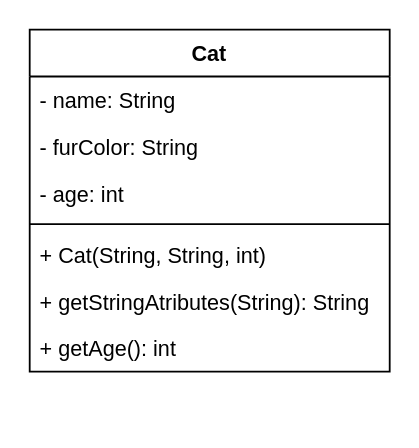
Earlier version of the draw.io diagram page "CopyCat1" (3 of 3) of klassendiagramm.drawio (01-OOP-Bjick/02b_Klassen_Objekte_2). Source tidied: cells renumbered, new cells numbered last; positions are measured from the earlier drawing's top-left corner, leaving out a move shared by most shapes. Both pictures are drawn from the tidied source at 180%, with x=0, y=0 at pixel (29, 29).
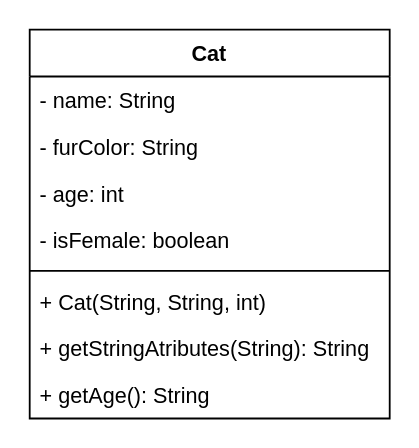
The same page after the edit.

Change to the diagram source:
```diff
@@
 <mxGraphModel>
   <root>
     <mxCell id="0" />
     <mxCell id="1" parent="0" />
     <mxCell id="2" value="Cat" style="swimlane;fontStyle=1;align=center;verticalAlign=top;horizontal=1;startSize=26;" parent="1" vertex="1">
-      <mxGeometry width="200" height="190" as="geometry" />
+      <mxGeometry width="200" height="216" as="geometry" />
     </mxCell>
     <mxCell id="3" value="- name: String" style="text;strokeColor=none;fillColor=none;align=left;verticalAlign=top;spacingLeft=4;spacingRight=4;overflow=hidden;" parent="2" vertex="1">
       <mxGeometry y="26" width="200" height="26" as="geometry" />
     </mxCell>
     <mxCell id="4" value="- furColor: String" style="text;strokeColor=none;fillColor=none;align=left;verticalAlign=top;spacingLeft=4;spacingRight=4;overflow=hidden;" parent="2" vertex="1">
       <mxGeometry y="52" width="200" height="26" as="geometry" />
     </mxCell>
+    <mxCell id="10" value="- age: int" style="text;strokeColor=none;fillColor=none;align=left;verticalAlign=top;spacingLeft=4;spacingRight=4;overflow=hidden;" parent="2" vertex="1">
+      <mxGeometry y="78" width="200" height="26" as="geometry" />
+    </mxCell>
-    <mxCell id="5" value="- age: int" style="text;strokeColor=none;fillColor=none;align=left;verticalAlign=top;spacingLeft=4;spacingRight=4;overflow=hidden;" parent="2" vertex="1">
-      <mxGeometry y="78" width="200" height="26" as="geometry" />
+    <mxCell id="5" value="- isFemale: boolean" style="text;strokeColor=none;fillColor=none;align=left;verticalAlign=top;spacingLeft=4;spacingRight=4;overflow=hidden;" parent="2" vertex="1">
+      <mxGeometry y="104" width="200" height="26" as="geometry" />
     </mxCell>
     <mxCell id="6" style="line;strokeWidth=1;fillColor=none;align=left;verticalAlign=middle;spacingTop=-1;spacingLeft=3;spacingRight=3;labelPosition=right;strokeColor=inherit;" parent="2" vertex="1">
-      <mxGeometry y="104" width="200" height="8" as="geometry" />
+      <mxGeometry y="130" width="200" height="8" as="geometry" />
     </mxCell>
     <mxCell id="7" value="+ Cat(String, String, int)" style="text;strokeColor=none;fillColor=none;align=left;verticalAlign=top;spacingLeft=4;spacingRight=4;overflow=hidden;" parent="2" vertex="1">
-      <mxGeometry y="112" width="200" height="26" as="geometry" />
+      <mxGeometry y="138" width="200" height="26" as="geometry" />
     </mxCell>
     <mxCell id="8" value="+ getStringAtributes(String): String" style="text;strokeColor=none;fillColor=none;align=left;verticalAlign=top;spacingLeft=4;spacingRight=4;overflow=hidden;" parent="2" vertex="1">
-      <mxGeometry y="138" width="200" height="26" as="geometry" />
+      <mxGeometry y="164" width="200" height="26" as="geometry" />
     </mxCell>
-    <mxCell id="9" value="+ getAge(): int" style="text;strokeColor=none;fillColor=none;align=left;verticalAlign=top;spacingLeft=4;spacingRight=4;overflow=hidden;" parent="2" vertex="1">
-      <mxGeometry y="164" width="200" height="26" as="geometry" />
+    <mxCell id="9" value="+ getAge(): String" style="text;strokeColor=none;fillColor=none;align=left;verticalAlign=top;spacingLeft=4;spacingRight=4;overflow=hidden;" parent="2" vertex="1">
+      <mxGeometry y="190" width="200" height="26" as="geometry" />
     </mxCell>
   </root>
 </mxGraphModel>
```
